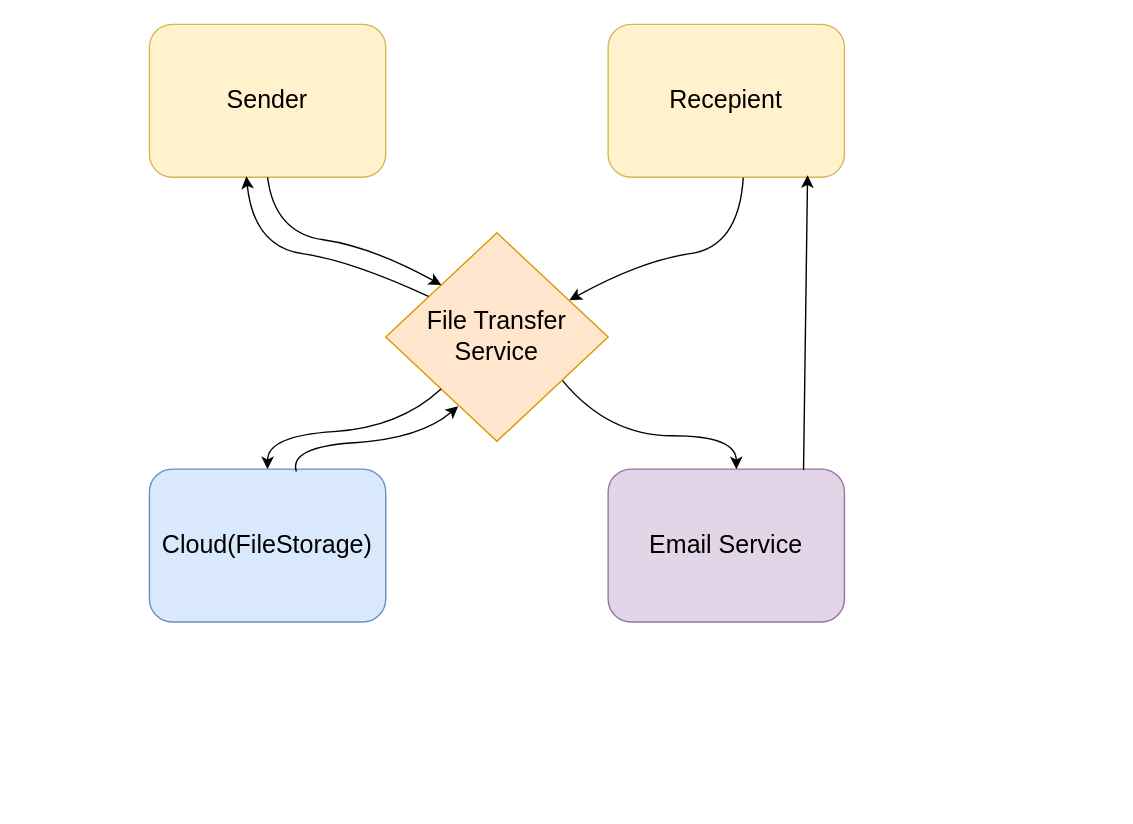
This is diagrams/docs/ContextDiagram.drawio from Voxin-on/Culture-of-open-source, a draw.io file, before an edit. Source tidied: cells renumbered, new cells numbered last; positions are measured from the earlier drawing's top-left corner, leaving out a move shared by most shapes. Both pictures are drawn from the tidied source at 139%, with x=0, y=0 at pixel (149, 24).
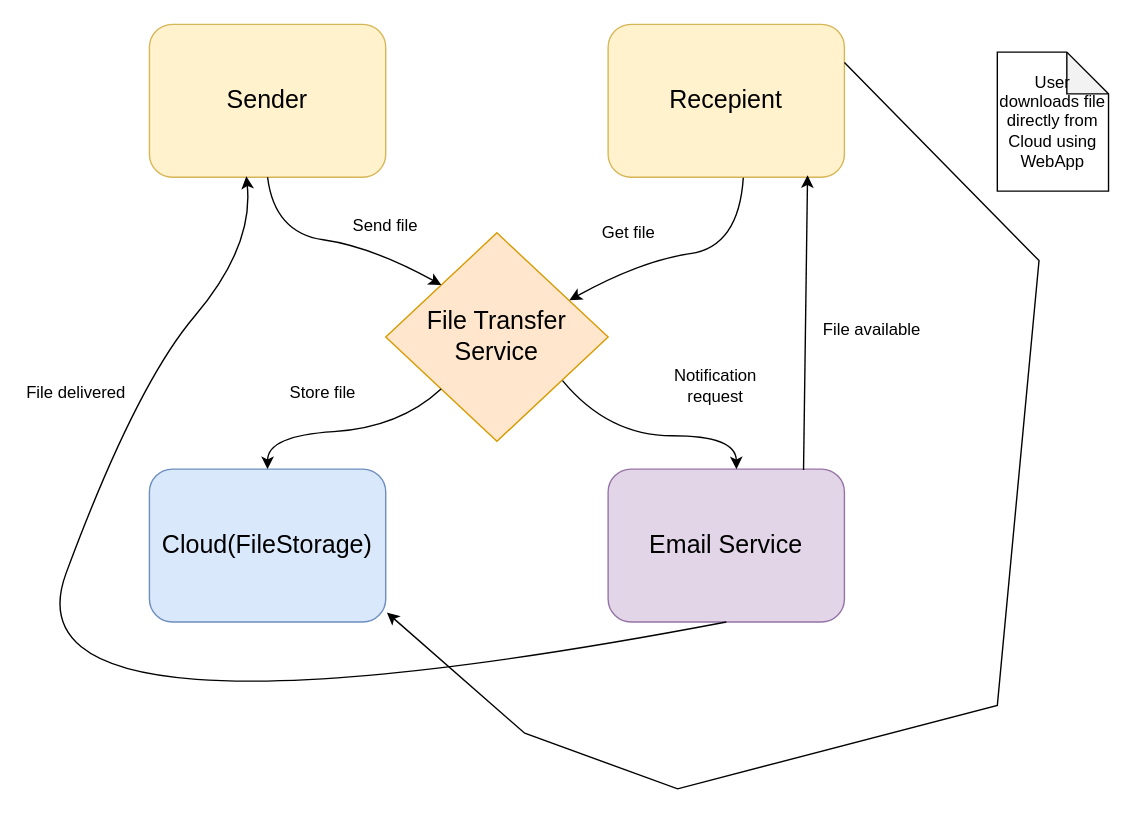
The same diagram, later.

Unchanged cells that the change refers to:
```xml
<mxCell id="2" value="File Transfer Service" style="rhombus;whiteSpace=wrap;html=1;fontSize=18;fillColor=#ffe6cc;strokeColor=#d79b00;" parent="1" vertex="1">
  <mxGeometry x="170" y="150" width="160" height="150" as="geometry" />
</mxCell>
<mxCell id="3" value="Sender" style="rounded=1;whiteSpace=wrap;html=1;fontSize=18;fillColor=#fff2cc;strokeColor=#d6b656;" parent="1" vertex="1">
  <mxGeometry width="170" height="110" as="geometry" />
</mxCell>
<mxCell id="4" value="Recepient" style="rounded=1;whiteSpace=wrap;html=1;fontSize=18;fillColor=#fff2cc;strokeColor=#d6b656;" parent="1" vertex="1">
  <mxGeometry x="330" width="170" height="110" as="geometry" />
</mxCell>
<mxCell id="5" value="Cloud(FileStorage)" style="rounded=1;whiteSpace=wrap;html=1;fontSize=18;fillColor=#dae8fc;strokeColor=#6c8ebf;" parent="1" vertex="1">
  <mxGeometry y="320" width="170" height="110" as="geometry" />
</mxCell>
<mxCell id="6" value="Email Service" style="rounded=1;whiteSpace=wrap;html=1;fontSize=18;fillColor=#e1d5e7;strokeColor=#9673a6;" parent="1" vertex="1">
  <mxGeometry x="330" y="320" width="170" height="110" as="geometry" />
</mxCell>
```

Change to the diagram source:
```diff
@@
-    <mxCell id="7" style="curved=1;endArrow=classic;html=1;rounded=0;entryX=0;entryY=0;entryDx=0;entryDy=0;exitX=0.5;exitY=1;exitDx=0;exitDy=0;fontSize=18;" parent="1" edge="1" source="3" target="2">
-      <mxGeometry relative="1" as="geometry">
-        <Array as="points">
-          <mxPoint x="90" y="150" />
-          <mxPoint x="160" y="160" />
-        </Array>
-      </mxGeometry>
-    </mxCell>
-    <mxCell id="8" style="curved=1;endArrow=none;html=1;rounded=0;entryX=0.192;entryY=0.305;entryDx=0;entryDy=0;exitX=0.41;exitY=0.994;exitDx=0;exitDy=0;exitPerimeter=0;endFill=0;startArrow=classic;startFill=1;entryPerimeter=0;fontSize=18;" parent="1" edge="1" source="3" target="2">
-      <mxGeometry relative="1" as="geometry">
-        <Array as="points">
-          <mxPoint x="75" y="160" />
-          <mxPoint x="145" y="170" />
-        </Array>
-      </mxGeometry>
-    </mxCell>
+    <mxCell id="14" style="curved=1;endArrow=classic;html=1;rounded=0;entryX=0;entryY=0;entryDx=0;entryDy=0;exitX=0.5;exitY=1;exitDx=0;exitDy=0;fontSize=18;" parent="1" edge="1" source="3" target="2">
+      <mxGeometry relative="1" as="geometry">
+        <Array as="points">
+          <mxPoint x="90" y="150" />
+          <mxPoint x="160" y="160" />
+        </Array>
+      </mxGeometry>
+    </mxCell>
+    <mxCell id="15" style="curved=1;endArrow=none;html=1;rounded=0;entryX=0.5;entryY=1;entryDx=0;entryDy=0;exitX=0.41;exitY=0.994;exitDx=0;exitDy=0;exitPerimeter=0;endFill=0;startArrow=classic;startFill=1;fontSize=18;" parent="1" edge="1" source="3" target="6">
+      <mxGeometry relative="1" as="geometry">
+        <Array as="points">
+          <mxPoint x="75" y="160" />
+          <mxPoint x="-10" y="260" />
+          <mxPoint x="-110" y="530" />
+        </Array>
+      </mxGeometry>
+    </mxCell>
@@
-    <mxCell id="13" style="curved=1;endArrow=none;html=1;rounded=0;exitX=0.326;exitY=0.832;exitDx=0;exitDy=0;endFill=0;startArrow=classic;startFill=1;fontSize=18;entryX=0.622;entryY=0.016;entryDx=0;entryDy=0;entryPerimeter=0;exitPerimeter=0;" parent="1" edge="1" source="2" target="5">
-      <mxGeometry relative="1" as="geometry">
-        <Array as="points">
-          <mxPoint x="195" y="298" />
-          <mxPoint x="100" y="304" />
-        </Array>
-      </mxGeometry>
-    </mxCell>
+    <mxCell id="16" value="Send file" style="text;html=1;whiteSpace=wrap;strokeColor=none;fillColor=none;align=center;verticalAlign=middle;rounded=0;" parent="1" vertex="1">
+      <mxGeometry x="130" y="120" width="80" height="50" as="geometry" />
+    </mxCell>
+    <mxCell id="17" value="Get file" style="text;html=1;whiteSpace=wrap;strokeColor=none;fillColor=none;align=center;verticalAlign=middle;rounded=0;" parent="1" vertex="1">
+      <mxGeometry x="310" y="130" width="70" height="40" as="geometry" />
+    </mxCell>
+    <mxCell id="18" value="&lt;div&gt;Store file&lt;/div&gt;" style="text;html=1;whiteSpace=wrap;strokeColor=none;fillColor=none;align=center;verticalAlign=middle;rounded=0;" parent="1" vertex="1">
+      <mxGeometry x="90" y="240" width="70" height="50" as="geometry" />
+    </mxCell>
+    <mxCell id="19" value="&lt;div&gt;File available&lt;/div&gt;" style="text;html=1;whiteSpace=wrap;strokeColor=none;fillColor=none;align=center;verticalAlign=middle;rounded=0;" parent="1" vertex="1">
+      <mxGeometry x="480" y="200" width="80" height="40" as="geometry" />
+    </mxCell>
+    <mxCell id="20" value="Notification request" style="text;html=1;whiteSpace=wrap;strokeColor=none;fillColor=none;align=center;verticalAlign=middle;rounded=0;" parent="1" vertex="1">
+      <mxGeometry x="370" y="240" width="75" height="40" as="geometry" />
+    </mxCell>
+    <mxCell id="21" value="File delivered" style="text;html=1;whiteSpace=wrap;strokeColor=none;fillColor=none;align=center;verticalAlign=middle;rounded=0;" parent="1" vertex="1">
+      <mxGeometry x="-90" y="245" width="75" height="40" as="geometry" />
+    </mxCell>
+    <mxCell id="22" style="endArrow=classic;html=1;rounded=0;entryX=1.005;entryY=0.938;entryDx=0;entryDy=0;entryPerimeter=0;exitX=1;exitY=0.25;exitDx=0;exitDy=0;" parent="1" edge="1" source="4" target="5">
+      <mxGeometry relative="1" as="geometry">
+        <Array as="points">
+          <mxPoint x="640" y="170" />
+          <mxPoint x="610" y="490" />
+          <mxPoint x="380" y="550" />
+          <mxPoint x="270" y="510" />
+        </Array>
+      </mxGeometry>
+    </mxCell>
+    <mxCell id="23" value="&lt;div&gt;User&lt;/div&gt;&lt;div&gt;downloads file&lt;/div&gt;&lt;div&gt;directly from Cloud using&lt;/div&gt;&lt;div&gt;WebApp&lt;/div&gt;" style="shape=note;whiteSpace=wrap;html=1;backgroundOutline=1;darkOpacity=0.05;" parent="1" vertex="1">
+      <mxGeometry x="610" y="20" width="80" height="100" as="geometry" />
+    </mxCell>
```
